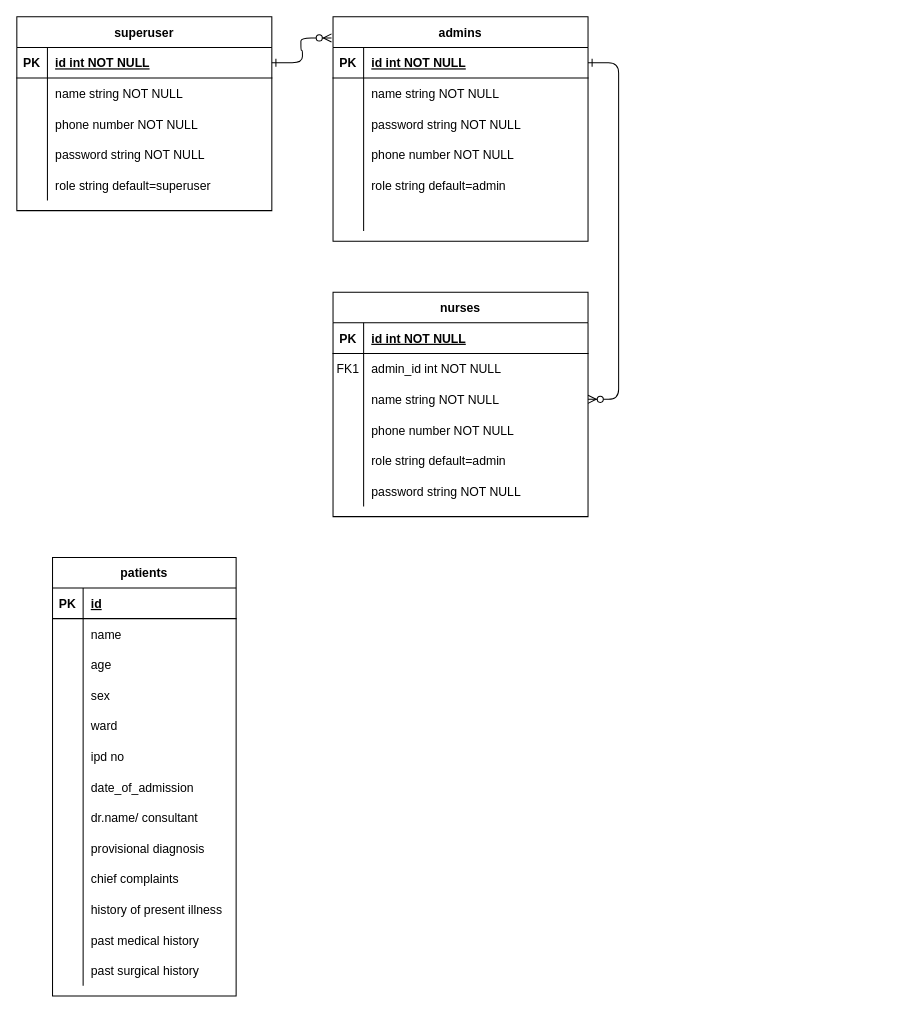
aaryannipane/SHAN keeps this draw.io diagram as logic/database-er-diagram.drawio. Above is the earlier version. Source tidied: cells renumbered, new cells numbered last; positions are measured from the earlier drawing's top-left corner, leaving out a move shared by most shapes. Both pictures are drawn from the tidied source at 102%, with x=0, y=0 at pixel (16, 16).
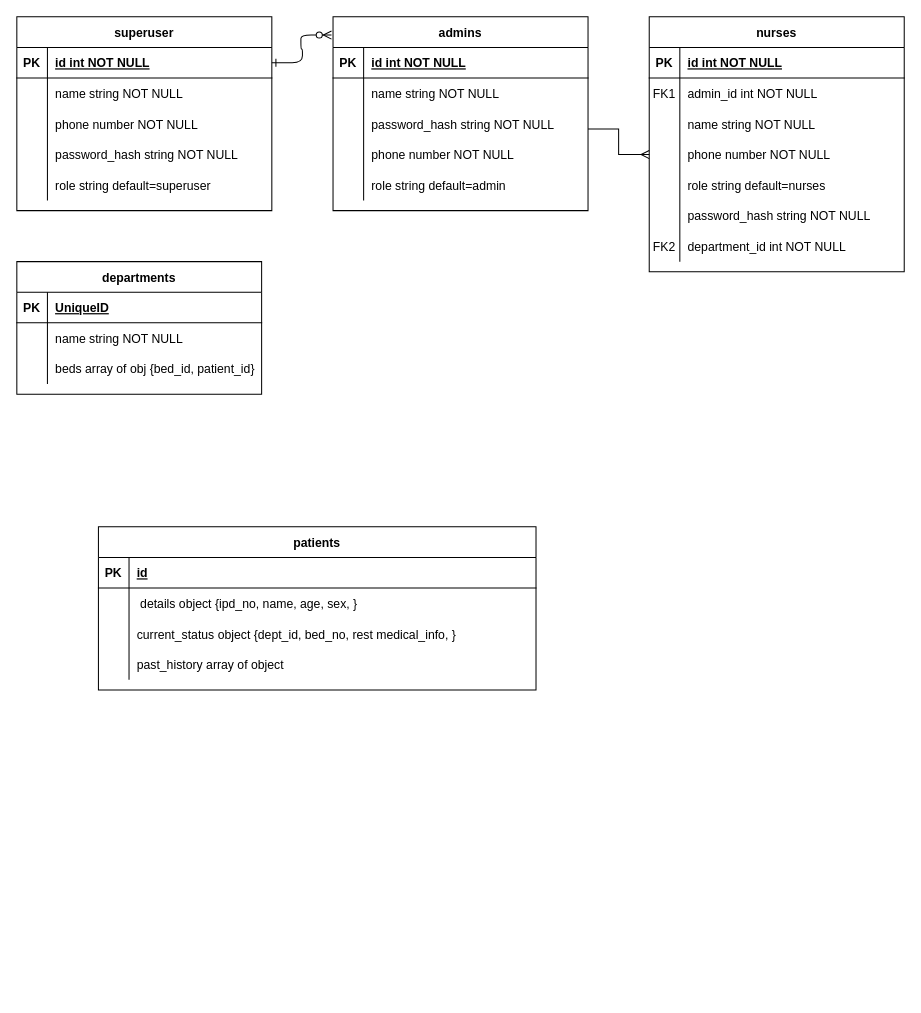
The same page after the edit.

Unchanged cells that the change refers to:
```xml
<mxCell id="5" style="shape=partialRectangle;fillColor=none;points=[[0,0.5],[1,0.5]];portConstraint=eastwest;top=0;left=0;right=0;bottom=1;" parent="4" vertex="1">
  <mxGeometry y="30" width="250" height="30" as="geometry" />
</mxCell>
<mxCell id="11" style="shape=tableRow;horizontal=0;startSize=0;swimlaneHead=0;swimlaneBody=0;fillColor=none;top=0;left=0;right=0;bottom=0;" parent="4" vertex="1">
  <mxGeometry y="90" width="250" height="30" as="geometry" />
</mxCell>
<mxCell id="30" style="shape=partialRectangle;fillColor=none;points=[[0,0.5],[1,0.5]];portConstraint=eastwest;top=0;left=0;right=0;bottom=0;" parent="23" vertex="1">
  <mxGeometry y="90" width="250" height="30" as="geometry" />
</mxCell>
<mxCell id="33" style="shape=tableRow;horizontal=0;startSize=0;swimlaneHead=0;swimlaneBody=0;fillColor=none;points=[[0,0.5],[1,0.5]];portConstraint=eastwest;top=0;left=0;right=0;bottom=0;" parent="23" vertex="1">
  <mxGeometry y="120" width="250" height="30" as="geometry" />
</mxCell>
<mxCell id="36" style="shape=tableRow;horizontal=0;startSize=0;swimlaneHead=0;swimlaneBody=0;fillColor=none;top=0;left=0;right=0;bottom=0;" parent="23" vertex="1">
  <mxGeometry y="150" width="250" height="30" as="geometry" />
</mxCell>
<mxCell id="39" style="shape=tableRow;horizontal=0;startSize=0;swimlaneHead=0;swimlaneBody=0;fillColor=none;top=0;left=0;right=0;bottom=0;" parent="23" vertex="1">
  <mxGeometry y="180" width="250" height="30" as="geometry" />
</mxCell>
<mxCell id="52" style="shape=tableRow;horizontal=0;startSize=0;swimlaneHead=0;swimlaneBody=0;fillColor=none;top=0;left=0;right=0;bottom=0;" parent="42" vertex="1">
  <mxGeometry y="120" width="250" height="30" as="geometry" />
</mxCell>
```

The edit, as a diff of the source:
```diff
@@
-    <mxCell id="3" style="edgeStyle=entityRelationEdgeStyle;endArrow=ERzeroToMany;startArrow=ERone;endFill=1;startFill=0;entryX=1;entryY=0.5;entryDx=0;entryDy=0;" parent="1" edge="1" source="5" target="30">
-      <mxGeometry relative="1" as="geometry" />
-    </mxCell>
     <mxCell id="4" value="admins" style="shape=table;startSize=30;childLayout=tableLayout;rowLines=0;fontStyle=1;align=center;" parent="1" vertex="1">
-      <mxGeometry x="310" width="250" height="220" as="geometry" />
+      <mxGeometry x="310" width="250" height="190" as="geometry" />
     </mxCell>
@@
-    <mxCell id="13" value="password string NOT NULL" style="shape=partialRectangle;fillColor=none;top=0;left=0;bottom=0;right=0;align=left;spacingLeft=6;overflow=hidden;" parent="11" vertex="1">
+    <mxCell id="13" value="password_hash string NOT NULL" style="shape=partialRectangle;fillColor=none;top=0;left=0;bottom=0;right=0;align=left;spacingLeft=6;overflow=hidden;" parent="11" vertex="1">
       <mxGeometry x="30" width="220" height="30" as="geometry" />
     </mxCell>
@@
-    <mxCell id="20" style="shape=partialRectangle;fillColor=none;top=0;left=0;right=0;bottom=0;" parent="4" vertex="1">
-      <mxGeometry y="180" width="250" height="30" as="geometry" />
-    </mxCell>
-    <mxCell id="21" style="shape=partialRectangle;overflow=hidden;fillColor=none;top=0;left=0;bottom=0;right=0;" parent="20" vertex="1">
-      <mxGeometry width="30" height="30" as="geometry" />
-    </mxCell>
-    <mxCell id="22" style="shape=partialRectangle;overflow=hidden;fillColor=none;top=0;left=0;bottom=0;right=0;align=left;spacingLeft=6;" parent="20" vertex="1">
-      <mxGeometry x="30" width="220" height="30" as="geometry" />
-    </mxCell>
     <mxCell id="23" value="nurses" style="shape=table;startSize=30;childLayout=tableLayout;rowLines=0;fontStyle=1;align=center;" parent="1" vertex="1">
-      <mxGeometry x="310" y="270" width="250" height="220" as="geometry" />
+      <mxGeometry x="620" width="250" height="250" as="geometry" />
     </mxCell>
@@
-    <mxCell id="38" value="role string default=admin" style="shape=partialRectangle;fillColor=none;top=0;left=0;bottom=0;right=0;align=left;spacingLeft=6;overflow=hidden;" parent="36" vertex="1">
+    <mxCell id="38" value="role string default=nurses" style="shape=partialRectangle;fillColor=none;top=0;left=0;bottom=0;right=0;align=left;spacingLeft=6;overflow=hidden;" parent="36" vertex="1">
       <mxGeometry x="30" width="220" height="30" as="geometry" />
     </mxCell>
@@
-    <mxCell id="41" value="password string NOT NULL" style="shape=partialRectangle;fillColor=none;top=0;left=0;bottom=0;right=0;align=left;spacingLeft=6;overflow=hidden;" parent="39" vertex="1">
+    <mxCell id="41" value="password_hash string NOT NULL" style="shape=partialRectangle;fillColor=none;top=0;left=0;bottom=0;right=0;align=left;spacingLeft=6;overflow=hidden;" parent="39" vertex="1">
       <mxGeometry x="30" width="220" height="30" as="geometry" />
     </mxCell>
+    <mxCell id="98" style="shape=tableRow;horizontal=0;startSize=0;swimlaneHead=0;swimlaneBody=0;fillColor=none;top=0;left=0;right=0;bottom=0;" parent="23" vertex="1">
+      <mxGeometry y="210" width="250" height="30" as="geometry" />
+    </mxCell>
+    <mxCell id="99" value="FK2" style="shape=partialRectangle;fillColor=none;top=0;left=0;bottom=0;right=0;overflow=hidden;" parent="98" vertex="1">
+      <mxGeometry width="30" height="30" as="geometry" />
+    </mxCell>
+    <mxCell id="100" value="department_id int NOT NULL" style="shape=partialRectangle;fillColor=none;top=0;left=0;bottom=0;right=0;align=left;spacingLeft=6;overflow=hidden;" parent="98" vertex="1">
+      <mxGeometry x="30" width="220" height="30" as="geometry" />
+    </mxCell>
@@
-    <mxCell id="54" value="password string NOT NULL" style="shape=partialRectangle;fillColor=none;top=0;left=0;bottom=0;right=0;align=left;spacingLeft=6;overflow=hidden;" parent="52" vertex="1">
+    <mxCell id="54" value="password_hash string NOT NULL" style="shape=partialRectangle;fillColor=none;top=0;left=0;bottom=0;right=0;align=left;spacingLeft=6;overflow=hidden;" parent="52" vertex="1">
       <mxGeometry x="30" width="220" height="30" as="geometry" />
     </mxCell>
@@
+    <mxCell id="101" style="edgeStyle=entityRelationEdgeStyle;fontSize=12;html=1;endArrow=ERmany;rounded=0;entryX=0;entryY=0.5;entryDx=0;entryDy=0;" parent="1" edge="1" target="33">
+      <mxGeometry relative="1" as="geometry">
+        <mxPoint x="560" y="110" as="sourcePoint" />
+      </mxGeometry>
+    </mxCell>
+    <mxCell id="102" value="departments" style="shape=table;startSize=30;childLayout=tableLayout;rowLines=0;fontStyle=1;align=center;" parent="1" vertex="1">
+      <mxGeometry y="240" width="240" height="130" as="geometry" />
+    </mxCell>
+    <mxCell id="103" style="shape=tableRow;horizontal=0;startSize=0;swimlaneHead=0;swimlaneBody=0;fillColor=none;top=0;left=0;right=0;bottom=1;" parent="102" vertex="1">
+      <mxGeometry y="30" width="240" height="30" as="geometry" />
+    </mxCell>
+    <mxCell id="104" value="PK" style="shape=partialRectangle;fillColor=none;top=0;left=0;bottom=0;right=0;fontStyle=1;overflow=hidden;" parent="103" vertex="1">
+      <mxGeometry width="30" height="30" as="geometry" />
+    </mxCell>
+    <mxCell id="105" value="UniqueID" style="shape=partialRectangle;fillColor=none;top=0;left=0;bottom=0;right=0;align=left;spacingLeft=6;fontStyle=5;overflow=hidden;" parent="103" vertex="1">
+      <mxGeometry x="30" width="210" height="30" as="geometry" />
+    </mxCell>
+    <mxCell id="106" style="shape=tableRow;horizontal=0;startSize=0;swimlaneHead=0;swimlaneBody=0;fillColor=none;top=0;left=0;right=0;bottom=0;" parent="102" vertex="1">
+      <mxGeometry y="60" width="240" height="30" as="geometry" />
+    </mxCell>
+    <mxCell id="107" style="shape=partialRectangle;fillColor=none;top=0;left=0;bottom=0;right=0;overflow=hidden;" parent="106" vertex="1">
+      <mxGeometry width="30" height="30" as="geometry" />
+    </mxCell>
+    <mxCell id="108" value="name string NOT NULL" style="shape=partialRectangle;fillColor=none;top=0;left=0;bottom=0;right=0;align=left;spacingLeft=6;overflow=hidden;" parent="106" vertex="1">
+      <mxGeometry x="30" width="210" height="30" as="geometry" />
+    </mxCell>
+    <mxCell id="109" style="shape=tableRow;horizontal=0;startSize=0;swimlaneHead=0;swimlaneBody=0;fillColor=none;top=0;left=0;right=0;bottom=0;" parent="102" vertex="1">
+      <mxGeometry y="90" width="240" height="30" as="geometry" />
+    </mxCell>
+    <mxCell id="110" style="shape=partialRectangle;fillColor=none;top=0;left=0;bottom=0;right=0;overflow=hidden;" parent="109" vertex="1">
+      <mxGeometry width="30" height="30" as="geometry" />
+    </mxCell>
+    <mxCell id="111" value="beds array of obj {bed_id, patient_id}" style="shape=partialRectangle;fillColor=none;top=0;left=0;bottom=0;right=0;align=left;spacingLeft=6;overflow=hidden;" parent="109" vertex="1">
+      <mxGeometry x="30" width="210" height="30" as="geometry" />
+    </mxCell>
     <mxCell id="58" value="patients" style="shape=table;startSize=30;childLayout=tableLayout;rowLines=0;fontStyle=1;align=center;" parent="1" vertex="1">
-      <mxGeometry x="35" y="530" width="180" height="430" as="geometry" />
+      <mxGeometry x="80" y="500" width="429" height="160" as="geometry" />
     </mxCell>
-    <mxCell id="59" style="shape=tableRow;horizontal=0;startSize=0;swimlaneHead=0;swimlaneBody=0;fillColor=none;top=0;left=0;right=0;bottom=1;" parent="58" vertex="1">
-      <mxGeometry y="30" width="180" height="30" as="geometry" />
-    </mxCell>
-    <mxCell id="60" value="PK" style="shape=partialRectangle;fillColor=none;top=0;left=0;bottom=0;right=0;fontStyle=1;overflow=hidden;" parent="59" vertex="1">
-      <mxGeometry width="30" height="30" as="geometry" />
-    </mxCell>
+    <mxCell id="112" style="shape=tableRow;horizontal=0;startSize=0;swimlaneHead=0;swimlaneBody=0;fillColor=none;top=0;left=0;right=0;bottom=1;" parent="58" vertex="1">
+      <mxGeometry y="30" width="429" height="30" as="geometry" />
+    </mxCell>
+    <mxCell id="113" value="PK" style="shape=partialRectangle;fillColor=none;top=0;left=0;bottom=0;right=0;fontStyle=1;overflow=hidden;" parent="112" vertex="1">
+      <mxGeometry width="30" height="30" as="geometry" />
+    </mxCell>
-    <mxCell id="61" value="id" style="shape=partialRectangle;fillColor=none;top=0;left=0;bottom=0;right=0;align=left;spacingLeft=6;fontStyle=5;overflow=hidden;" parent="59" vertex="1">
-      <mxGeometry x="30" width="150" height="30" as="geometry" />
+    <mxCell id="61" value="id" style="shape=partialRectangle;fillColor=none;top=0;left=0;bottom=0;right=0;align=left;spacingLeft=6;fontStyle=5;overflow=hidden;" parent="112" vertex="1">
+      <mxGeometry x="30" width="399" height="30" as="geometry" />
     </mxCell>
-    <mxCell id="62" style="shape=tableRow;horizontal=0;startSize=0;swimlaneHead=0;swimlaneBody=0;fillColor=none;top=0;left=0;right=0;bottom=0;" parent="58" vertex="1">
-      <mxGeometry y="60" width="180" height="30" as="geometry" />
-    </mxCell>
-    <mxCell id="63" style="shape=partialRectangle;fillColor=none;top=0;left=0;bottom=0;right=0;overflow=hidden;" parent="62" vertex="1">
-      <mxGeometry width="30" height="30" as="geometry" />
-    </mxCell>
-    <mxCell id="64" value="name" style="shape=partialRectangle;fillColor=none;top=0;left=0;bottom=0;right=0;align=left;spacingLeft=6;overflow=hidden;" parent="62" vertex="1">
-      <mxGeometry x="30" width="150" height="30" as="geometry" />
-    </mxCell>
-    <mxCell id="65" style="shape=tableRow;horizontal=0;startSize=0;swimlaneHead=0;swimlaneBody=0;fillColor=none;top=0;left=0;right=0;bottom=0;" parent="58" vertex="1">
-      <mxGeometry y="90" width="180" height="30" as="geometry" />
-    </mxCell>
-    <mxCell id="66" style="shape=partialRectangle;fillColor=none;top=0;left=0;bottom=0;right=0;overflow=hidden;" parent="65" vertex="1">
-      <mxGeometry width="30" height="30" as="geometry" />
-    </mxCell>
-    <mxCell id="67" value="age" style="shape=partialRectangle;fillColor=none;top=0;left=0;bottom=0;right=0;align=left;spacingLeft=6;overflow=hidden;" parent="65" vertex="1">
-      <mxGeometry x="30" width="150" height="30" as="geometry" />
-    </mxCell>
-    <mxCell id="68" style="shape=tableRow;horizontal=0;startSize=0;swimlaneHead=0;swimlaneBody=0;fillColor=none;top=0;left=0;right=0;bottom=0;" parent="58" vertex="1">
-      <mxGeometry y="120" width="180" height="30" as="geometry" />
-    </mxCell>
-    <mxCell id="69" style="shape=partialRectangle;fillColor=none;top=0;left=0;bottom=0;right=0;overflow=hidden;" parent="68" vertex="1">
-      <mxGeometry width="30" height="30" as="geometry" />
-    </mxCell>
-    <mxCell id="70" value="sex" style="shape=partialRectangle;fillColor=none;top=0;left=0;bottom=0;right=0;align=left;spacingLeft=6;overflow=hidden;" parent="68" vertex="1">
-      <mxGeometry x="30" width="150" height="30" as="geometry" />
-    </mxCell>
-    <mxCell id="71" style="shape=tableRow;horizontal=0;startSize=0;swimlaneHead=0;swimlaneBody=0;fillColor=none;top=0;left=0;right=0;bottom=0;" parent="58" vertex="1">
-      <mxGeometry y="150" width="180" height="30" as="geometry" />
-    </mxCell>
-    <mxCell id="72" style="shape=partialRectangle;fillColor=none;top=0;left=0;bottom=0;right=0;overflow=hidden;" parent="71" vertex="1">
-      <mxGeometry width="30" height="30" as="geometry" />
-    </mxCell>
-    <mxCell id="73" value="ward" style="shape=partialRectangle;fillColor=none;top=0;left=0;bottom=0;right=0;align=left;spacingLeft=6;overflow=hidden;" parent="71" vertex="1">
-      <mxGeometry x="30" width="150" height="30" as="geometry" />
-    </mxCell>
-    <mxCell id="74" style="shape=tableRow;horizontal=0;startSize=0;swimlaneHead=0;swimlaneBody=0;fillColor=none;top=0;left=0;right=0;bottom=0;" parent="58" vertex="1">
-      <mxGeometry y="180" width="180" height="30" as="geometry" />
-    </mxCell>
-    <mxCell id="75" style="shape=partialRectangle;fillColor=none;top=0;left=0;bottom=0;right=0;overflow=hidden;" parent="74" vertex="1">
-      <mxGeometry width="30" height="30" as="geometry" />
-    </mxCell>
-    <mxCell id="76" value="ipd no" style="shape=partialRectangle;fillColor=none;top=0;left=0;bottom=0;right=0;align=left;spacingLeft=6;overflow=hidden;" parent="74" vertex="1">
-      <mxGeometry x="30" width="150" height="30" as="geometry" />
-    </mxCell>
-    <mxCell id="77" style="shape=tableRow;horizontal=0;startSize=0;swimlaneHead=0;swimlaneBody=0;fillColor=none;top=0;left=0;right=0;bottom=0;" parent="58" vertex="1">
-      <mxGeometry y="210" width="180" height="30" as="geometry" />
-    </mxCell>
-    <mxCell id="78" style="shape=partialRectangle;fillColor=none;top=0;left=0;bottom=0;right=0;overflow=hidden;" parent="77" vertex="1">
-      <mxGeometry width="30" height="30" as="geometry" />
-    </mxCell>
-    <mxCell id="79" value="date_of_admission" style="shape=partialRectangle;fillColor=none;top=0;left=0;bottom=0;right=0;align=left;spacingLeft=6;overflow=hidden;" parent="77" vertex="1">
-      <mxGeometry x="30" width="150" height="30" as="geometry" />
-    </mxCell>
-    <mxCell id="80" style="shape=tableRow;horizontal=0;startSize=0;swimlaneHead=0;swimlaneBody=0;fillColor=none;top=0;left=0;right=0;bottom=0;" parent="58" vertex="1">
-      <mxGeometry y="240" width="180" height="30" as="geometry" />
-    </mxCell>
-    <mxCell id="81" style="shape=partialRectangle;fillColor=none;top=0;left=0;bottom=0;right=0;overflow=hidden;" parent="80" vertex="1">
-      <mxGeometry width="30" height="30" as="geometry" />
-    </mxCell>
-    <mxCell id="82" value="dr.name/ consultant" style="shape=partialRectangle;fillColor=none;top=0;left=0;bottom=0;right=0;align=left;spacingLeft=6;overflow=hidden;" parent="80" vertex="1">
-      <mxGeometry x="30" width="150" height="30" as="geometry" />
-    </mxCell>
-    <mxCell id="83" style="shape=tableRow;horizontal=0;startSize=0;swimlaneHead=0;swimlaneBody=0;fillColor=none;top=0;left=0;right=0;bottom=0;" parent="58" vertex="1">
-      <mxGeometry y="270" width="180" height="30" as="geometry" />
-    </mxCell>
-    <mxCell id="84" style="shape=partialRectangle;fillColor=none;top=0;left=0;bottom=0;right=0;overflow=hidden;" parent="83" vertex="1">
-      <mxGeometry width="30" height="30" as="geometry" />
-    </mxCell>
-    <mxCell id="85" value="provisional diagnosis" style="shape=partialRectangle;fillColor=none;top=0;left=0;bottom=0;right=0;align=left;spacingLeft=6;overflow=hidden;" parent="83" vertex="1">
-      <mxGeometry x="30" width="150" height="30" as="geometry" />
-    </mxCell>
-    <mxCell id="86" style="shape=tableRow;horizontal=0;startSize=0;swimlaneHead=0;swimlaneBody=0;fillColor=none;top=0;left=0;right=0;bottom=0;" parent="58" vertex="1">
-      <mxGeometry y="300" width="180" height="30" as="geometry" />
-    </mxCell>
-    <mxCell id="87" style="shape=partialRectangle;fillColor=none;top=0;left=0;bottom=0;right=0;overflow=hidden;" parent="86" vertex="1">
-      <mxGeometry width="30" height="30" as="geometry" />
-    </mxCell>
-    <mxCell id="88" value="chief complaints" style="shape=partialRectangle;fillColor=none;top=0;left=0;bottom=0;right=0;align=left;spacingLeft=6;overflow=hidden;" parent="86" vertex="1">
-      <mxGeometry x="30" width="150" height="30" as="geometry" />
-    </mxCell>
-    <mxCell id="89" style="shape=tableRow;horizontal=0;startSize=0;swimlaneHead=0;swimlaneBody=0;fillColor=none;top=0;left=0;right=0;bottom=0;" parent="58" vertex="1">
-      <mxGeometry y="330" width="180" height="30" as="geometry" />
-    </mxCell>
-    <mxCell id="90" style="shape=partialRectangle;fillColor=none;top=0;left=0;bottom=0;right=0;overflow=hidden;" parent="89" vertex="1">
-      <mxGeometry width="30" height="30" as="geometry" />
-    </mxCell>
-    <mxCell id="91" value="history of present illness" style="shape=partialRectangle;fillColor=none;top=0;left=0;bottom=0;right=0;align=left;spacingLeft=6;overflow=hidden;" parent="89" vertex="1">
-      <mxGeometry x="30" width="150" height="30" as="geometry" />
-    </mxCell>
-    <mxCell id="92" style="shape=tableRow;horizontal=0;startSize=0;swimlaneHead=0;swimlaneBody=0;fillColor=none;top=0;left=0;right=0;bottom=0;" parent="58" vertex="1">
-      <mxGeometry y="360" width="180" height="30" as="geometry" />
-    </mxCell>
-    <mxCell id="93" style="shape=partialRectangle;fillColor=none;top=0;left=0;bottom=0;right=0;overflow=hidden;" parent="92" vertex="1">
-      <mxGeometry width="30" height="30" as="geometry" />
-    </mxCell>
-    <mxCell id="94" value="past medical history" style="shape=partialRectangle;fillColor=none;top=0;left=0;bottom=0;right=0;align=left;spacingLeft=6;overflow=hidden;" parent="92" vertex="1">
-      <mxGeometry x="30" width="150" height="30" as="geometry" />
-    </mxCell>
-    <mxCell id="95" style="shape=tableRow;horizontal=0;startSize=0;swimlaneHead=0;swimlaneBody=0;fillColor=none;top=0;left=0;right=0;bottom=0;" parent="58" vertex="1">
-      <mxGeometry y="390" width="180" height="30" as="geometry" />
-    </mxCell>
-    <mxCell id="96" style="shape=partialRectangle;fillColor=none;top=0;left=0;bottom=0;right=0;overflow=hidden;" parent="95" vertex="1">
-      <mxGeometry width="30" height="30" as="geometry" />
-    </mxCell>
-    <mxCell id="97" value="past surgical history" style="shape=partialRectangle;fillColor=none;top=0;left=0;bottom=0;right=0;align=left;spacingLeft=6;overflow=hidden;" parent="95" vertex="1">
-      <mxGeometry x="30" width="150" height="30" as="geometry" />
-    </mxCell>
+    <mxCell id="114" style="shape=tableRow;horizontal=0;startSize=0;swimlaneHead=0;swimlaneBody=0;fillColor=none;top=0;left=0;right=0;bottom=0;" parent="58" vertex="1">
+      <mxGeometry y="60" width="429" height="30" as="geometry" />
+    </mxCell>
+    <mxCell id="115" style="shape=partialRectangle;fillColor=none;top=0;left=0;bottom=0;right=0;overflow=hidden;" parent="114" vertex="1">
+      <mxGeometry width="30" height="30" as="geometry" />
+    </mxCell>
+    <mxCell id="116" value=" details object {ipd_no, name, age, sex, }" style="shape=partialRectangle;fillColor=none;top=0;left=0;bottom=0;right=0;align=left;spacingLeft=6;overflow=hidden;" parent="114" vertex="1">
+      <mxGeometry x="30" width="399" height="30" as="geometry" />
+    </mxCell>
+    <mxCell id="117" style="shape=tableRow;horizontal=0;startSize=0;swimlaneHead=0;swimlaneBody=0;fillColor=none;top=0;left=0;right=0;bottom=0;" parent="58" vertex="1">
+      <mxGeometry y="90" width="429" height="30" as="geometry" />
+    </mxCell>
+    <mxCell id="118" style="shape=partialRectangle;fillColor=none;top=0;left=0;bottom=0;right=0;overflow=hidden;" parent="117" vertex="1">
+      <mxGeometry width="30" height="30" as="geometry" />
+    </mxCell>
+    <mxCell id="119" value="current_status object {dept_id, bed_no, rest medical_info, }" style="shape=partialRectangle;fillColor=none;top=0;left=0;bottom=0;right=0;align=left;spacingLeft=6;overflow=hidden;" parent="117" vertex="1">
+      <mxGeometry x="30" width="399" height="30" as="geometry" />
+    </mxCell>
+    <mxCell id="120" style="shape=tableRow;horizontal=0;startSize=0;swimlaneHead=0;swimlaneBody=0;fillColor=none;top=0;left=0;right=0;bottom=0;" parent="58" vertex="1">
+      <mxGeometry y="120" width="429" height="30" as="geometry" />
+    </mxCell>
+    <mxCell id="121" style="shape=partialRectangle;fillColor=none;top=0;left=0;bottom=0;right=0;overflow=hidden;" parent="120" vertex="1">
+      <mxGeometry width="30" height="30" as="geometry" />
+    </mxCell>
+    <mxCell id="122" value="past_history array of object" style="shape=partialRectangle;fillColor=none;top=0;left=0;bottom=0;right=0;align=left;spacingLeft=6;overflow=hidden;" parent="120" vertex="1">
+      <mxGeometry x="30" width="399" height="30" as="geometry" />
+    </mxCell>
```
